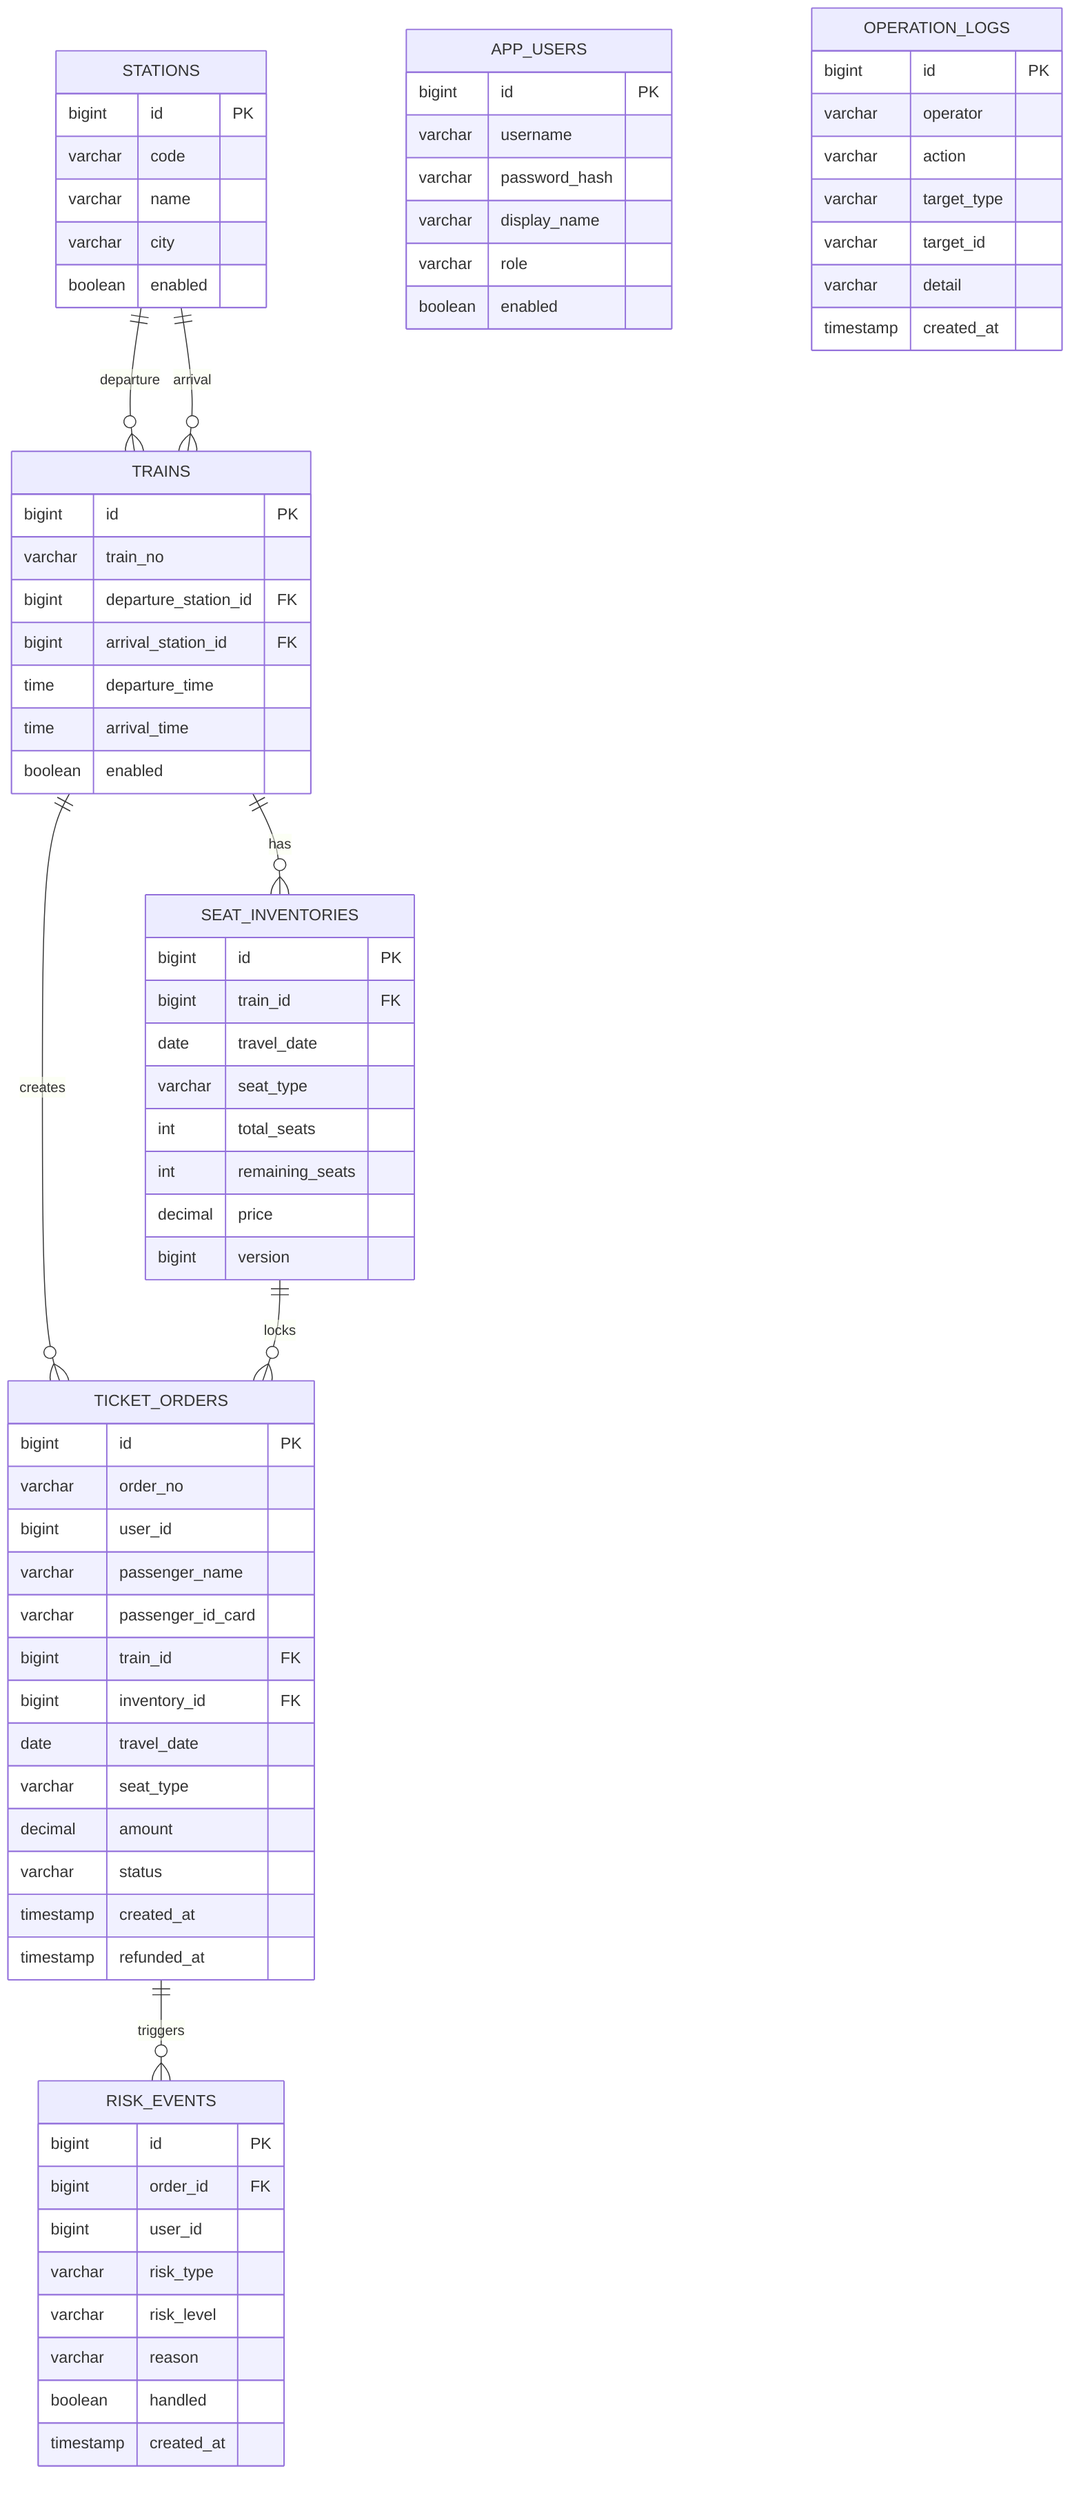
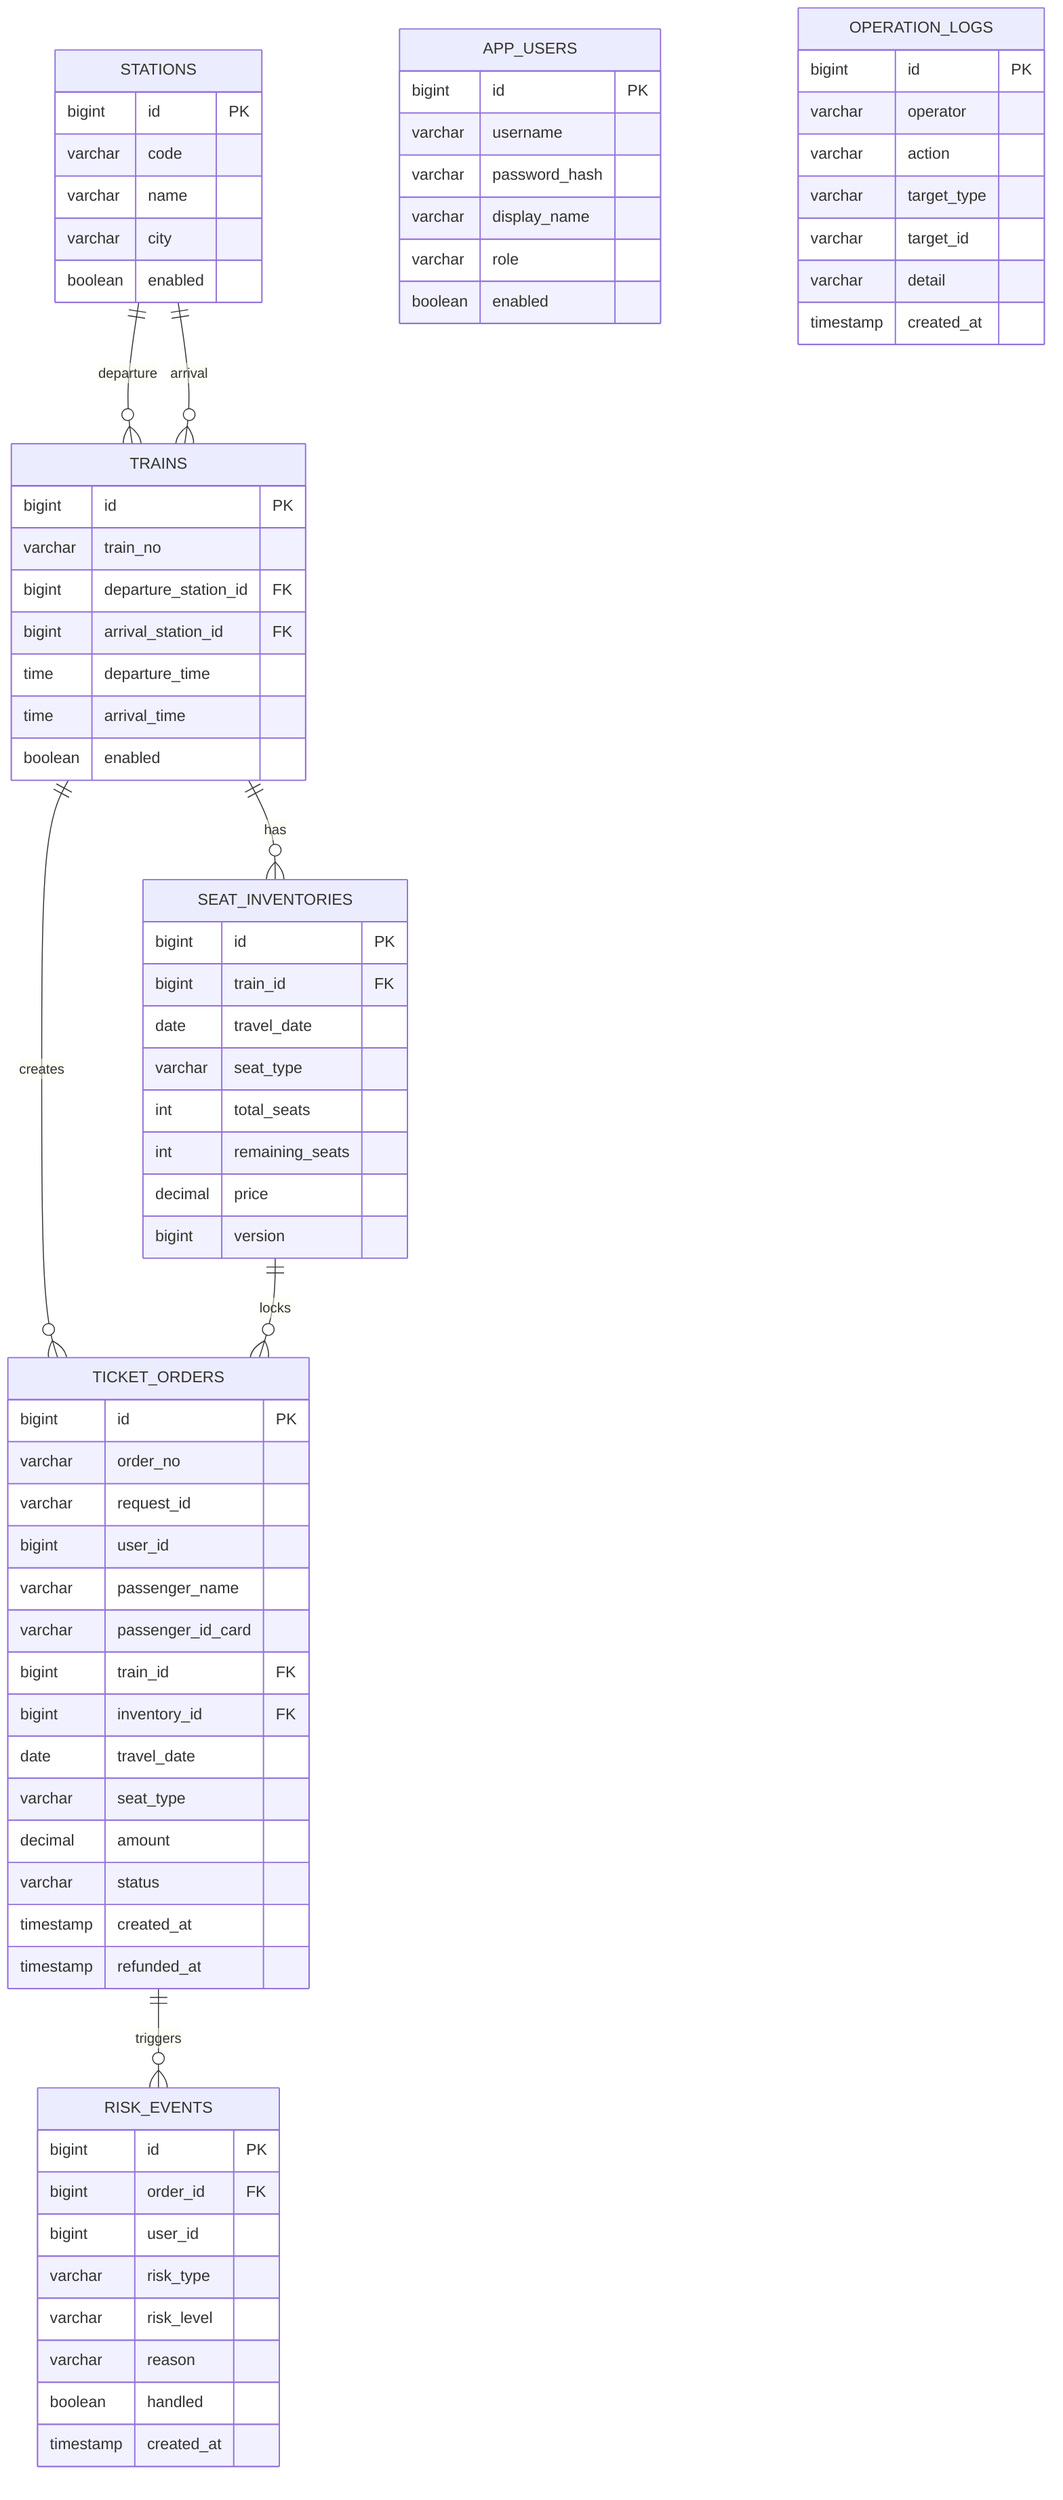
erDiagram
    STATIONS ||--o{ TRAINS : departure
    STATIONS ||--o{ TRAINS : arrival
    TRAINS ||--o{ SEAT_INVENTORIES : has
    TRAINS ||--o{ TICKET_ORDERS : creates
    SEAT_INVENTORIES ||--o{ TICKET_ORDERS : locks
    TICKET_ORDERS ||--o{ RISK_EVENTS : triggers

    APP_USERS {
        bigint id PK
        varchar username
        varchar password_hash
        varchar display_name
        varchar role
        boolean enabled
    }

    STATIONS {
        bigint id PK
        varchar code
        varchar name
        varchar city
        boolean enabled
    }

    TRAINS {
        bigint id PK
        varchar train_no
        bigint departure_station_id FK
        bigint arrival_station_id FK
        time departure_time
        time arrival_time
        boolean enabled
    }

    SEAT_INVENTORIES {
        bigint id PK
        bigint train_id FK
        date travel_date
        varchar seat_type
        int total_seats
        int remaining_seats
        decimal price
        bigint version
    }

    TICKET_ORDERS {
        bigint id PK
        varchar order_no
+         varchar request_id
        bigint user_id
        varchar passenger_name
        varchar passenger_id_card
        bigint train_id FK
        bigint inventory_id FK
        date travel_date
        varchar seat_type
        decimal amount
        varchar status
        timestamp created_at
        timestamp refunded_at
    }

    RISK_EVENTS {
        bigint id PK
        bigint order_id FK
        bigint user_id
        varchar risk_type
        varchar risk_level
        varchar reason
        boolean handled
        timestamp created_at
    }

    OPERATION_LOGS {
        bigint id PK
        varchar operator
        varchar action
        varchar target_type
        varchar target_id
        varchar detail
        timestamp created_at
    }
